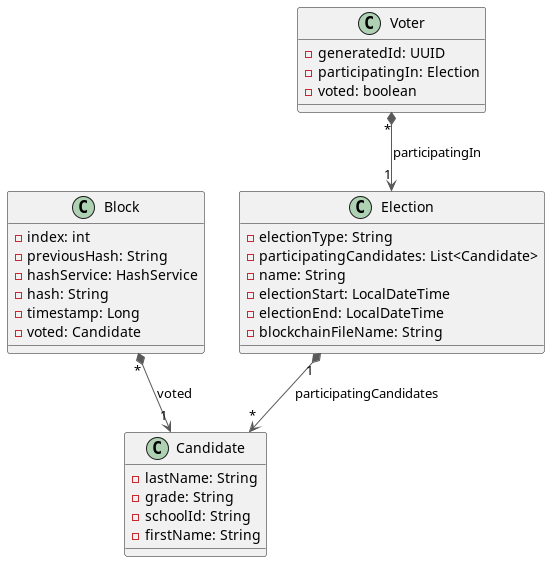
This is asciidocs/slides/images/CLD.png from 2324-4bhif-syp/2324-4bhif-syp-project-leovote, a PlantUML export, as it was before one commit. Its source is kept beside it as asciidocs/docs/plantuml/cld.puml. Source of this version:
```plantuml
@startuml

top to bottom direction

class Candidate {
  - schoolId: String
  - grade: String
  - firstName: String
  - lastName: String
}

class Block {
    - index: int
    - timeStamp: Long
    - candidate: Candidate
    - previousHash: String
    - currentBlockHash: String
}

class Blockchain {
    - election: Election
    - blocks: List<Block>
}

class Election {
  - participatingCandidates: List<Candidate>
  - electionEnd: LocalDateTime
  - electionStart: LocalDateTime
  - electionType: String
  - name: String
  - blockchain: Blockchain
}

class Voter {
  - generatedId: Long
  - election: List<Election>
  - voted: boolean
}

Election "1"--"1" Blockchain
Blockchain "1"--"*" Block
Candidate "1"--"*" Block
Voter "*"--"*" Election
@enduml
```
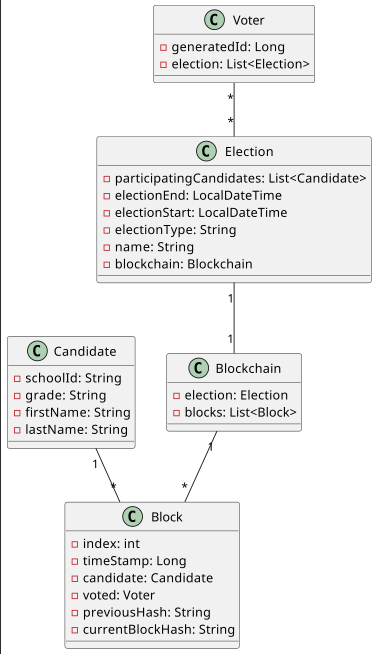
Later version of the same file.

What changed in the source:
```diff
@@ -13,6 +13,7 @@
     - index: int
     - timeStamp: Long
     - candidate: Candidate
+    - voted: Voter
     - previousHash: String
     - currentBlockHash: String
 }
@@ -34,7 +35,6 @@
 class Voter {
   - generatedId: Long
   - election: List<Election>
-  - voted: boolean
 }
 
 Election "1"--"1" Blockchain
```
